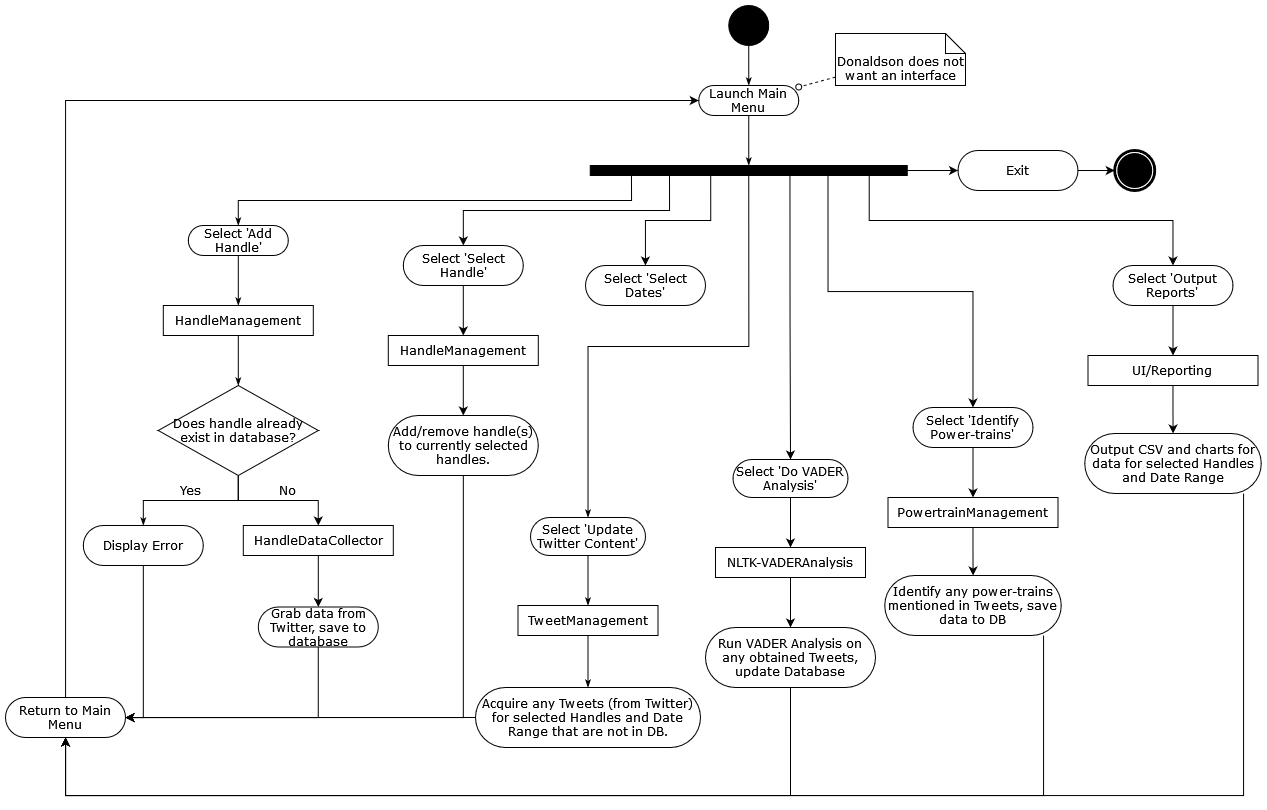
Earlier version of the draw.io export images/iteration3/dynamic.drawio.png (agarcia169/4306-Donaldson-Project). Source tidied: cells renumbered, new cells last; positions are measured from the earlier drawing's top-left corner, leaving out a move shared by most shapes.
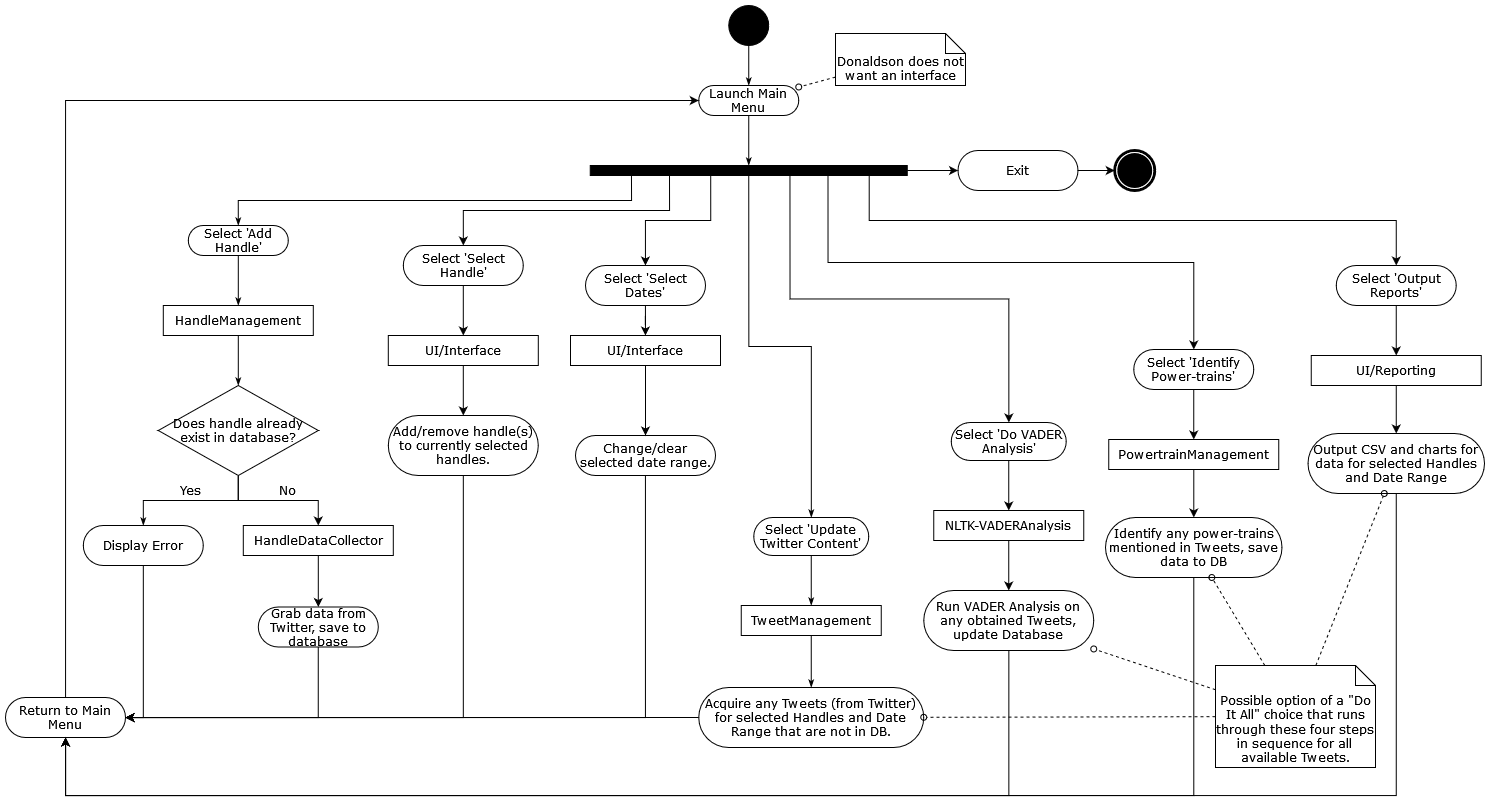
The same file after the commit.

Diff of the diagram source:
```diff
@@ -33,19 +33,19 @@
       <mxGeometry relative="1" as="geometry" />
     </mxCell>
     <mxCell id="12" value="Select 'Update Twitter Content'" style="rounded=1;whiteSpace=wrap;html=1;shadow=0;comic=0;labelBackgroundColor=none;strokeWidth=1;fontFamily=Verdana;fontSize=12;align=center;arcSize=50;" parent="1" vertex="1">
-      <mxGeometry x="525" y="512" width="115" height="38" as="geometry" />
+      <mxGeometry x="748.2" y="512" width="115" height="38" as="geometry" />
     </mxCell>
     <mxCell id="13" style="edgeStyle=orthogonalEdgeStyle;rounded=0;jettySize=auto;html=1;fontFamily=Verdana;fontSize=12;endArrow=classic;endFill=1;" parent="1" edge="1" source="14" target="44">
       <mxGeometry relative="1" as="geometry" />
     </mxCell>
     <mxCell id="14" value="Acquire any Tweets (from Twitter) for selected Handles and Date Range that are not in DB." style="rounded=1;whiteSpace=wrap;html=1;shadow=0;comic=0;labelBackgroundColor=none;strokeWidth=1;fontFamily=Verdana;fontSize=12;align=center;arcSize=50;" parent="1" vertex="1">
-      <mxGeometry x="470" y="682" width="225" height="60" as="geometry" />
+      <mxGeometry x="693.2" y="682" width="225" height="60" as="geometry" />
     </mxCell>
     <mxCell id="15" style="edgeStyle=orthogonalEdgeStyle;rounded=0;html=1;labelBackgroundColor=none;startArrow=none;startFill=0;startSize=5;endArrow=classicThin;endFill=1;endSize=5;jettySize=auto;strokeWidth=1;fontFamily=Verdana;fontSize=12;" parent="1" edge="1" source="16" target="14">
       <mxGeometry relative="1" as="geometry" />
     </mxCell>
     <mxCell id="16" value="TweetManagement" style="rounded=0;whiteSpace=wrap;html=1;shadow=0;comic=0;labelBackgroundColor=none;strokeWidth=1;fontFamily=Verdana;fontSize=12;align=center;arcSize=50;" parent="1" vertex="1">
-      <mxGeometry x="512.5" y="600" width="140" height="30" as="geometry" />
+      <mxGeometry x="735.8" y="600" width="140" height="30" as="geometry" />
     </mxCell>
     <mxCell id="17" style="shape=mxgraph.bpmn.shape;html=1;verticalLabelPosition=bottom;labelBackgroundColor=#ffffff;verticalAlign=top;perimeter=ellipsePerimeter;outline=end;symbol=terminate;rounded=0;shadow=0;comic=0;strokeWidth=1;fontFamily=Verdana;fontSize=12;align=center;" parent="1" vertex="1">
       <mxGeometry x="1109.2" y="145" width="40" height="40" as="geometry" />
@@ -124,7 +124,7 @@
     <mxCell id="39" style="edgeStyle=orthogonalEdgeStyle;rounded=0;jettySize=auto;html=1;fontFamily=Verdana;endArrow=classic;endFill=1;" parent="1" edge="1" source="40" target="42">
       <mxGeometry relative="1" as="geometry" />
     </mxCell>
-    <mxCell id="40" value="&lt;div&gt;HandleManagement&lt;/div&gt;" style="rounded=0;whiteSpace=wrap;html=1;shadow=0;comic=0;labelBackgroundColor=none;strokeWidth=1;fontFamily=Verdana;fontSize=12;align=center;arcSize=50;" parent="1" vertex="1">
+    <mxCell id="40" value="UI/Interface" style="rounded=0;whiteSpace=wrap;html=1;shadow=0;comic=0;labelBackgroundColor=none;strokeWidth=1;fontFamily=Verdana;fontSize=12;align=center;arcSize=50;" parent="1" vertex="1">
       <mxGeometry x="382.8" y="330" width="150" height="30" as="geometry" />
     </mxCell>
     <mxCell id="41" style="edgeStyle=orthogonalEdgeStyle;rounded=0;jettySize=auto;html=1;fontFamily=Verdana;endArrow=classic;endFill=1;" parent="1" edge="1" source="42" target="44">
@@ -147,6 +147,9 @@
     <mxCell id="44" value="Return to Main Menu" style="rounded=1;whiteSpace=wrap;html=1;shadow=0;comic=0;labelBackgroundColor=none;strokeWidth=1;fontFamily=Verdana;fontSize=12;align=center;arcSize=50;" parent="1" vertex="1">
       <mxGeometry y="692" width="120" height="40" as="geometry" />
     </mxCell>
+    <mxCell id="66" style="edgeStyle=orthogonalEdgeStyle;rounded=0;jettySize=auto;html=1;fontFamily=Verdana;fontSize=12;endArrow=classic;endFill=1;" parent="1" edge="1" source="45" target="70">
+      <mxGeometry relative="1" as="geometry" />
+    </mxCell>
     <mxCell id="45" value="Select 'Select Dates'" style="rounded=1;whiteSpace=wrap;html=1;shadow=0;comic=0;labelBackgroundColor=none;strokeWidth=1;fontFamily=Verdana;fontSize=12;align=center;arcSize=50;" parent="1" vertex="1">
       <mxGeometry x="580" y="260" width="120" height="40" as="geometry" />
     </mxCell>
@@ -158,65 +161,65 @@
       </mxGeometry>
     </mxCell>
     <mxCell id="47" value="Run VADER Analysis on any obtained Tweets, update Database" style="rounded=1;whiteSpace=wrap;html=1;shadow=0;comic=0;labelBackgroundColor=none;strokeWidth=1;fontFamily=Verdana;fontSize=12;align=center;arcSize=50;" parent="1" vertex="1">
-      <mxGeometry x="700" y="622" width="170" height="60" as="geometry" />
+      <mxGeometry x="918.2" y="585" width="170" height="60" as="geometry" />
     </mxCell>
     <mxCell id="48" style="edgeStyle=orthogonalEdgeStyle;rounded=0;jettySize=auto;html=1;fontFamily=Verdana;fontSize=12;endArrow=classic;endFill=1;" parent="1" edge="1" source="49" target="44">
       <mxGeometry relative="1" as="geometry">
         <Array as="points">
-          <mxPoint x="1038" y="790" />
+          <mxPoint x="1188" y="790" />
           <mxPoint x="60" y="790" />
         </Array>
       </mxGeometry>
     </mxCell>
     <mxCell id="49" value="Identify any power-trains mentioned in Tweets, save data to DB" style="rounded=1;whiteSpace=wrap;html=1;shadow=0;comic=0;labelBackgroundColor=none;strokeWidth=1;fontFamily=Verdana;fontSize=12;align=center;arcSize=50;" parent="1" vertex="1">
-      <mxGeometry x="879.2" y="570" width="176.5" height="60" as="geometry" />
+      <mxGeometry x="1100" y="512" width="176.5" height="60" as="geometry" />
     </mxCell>
     <mxCell id="50" style="edgeStyle=orthogonalEdgeStyle;rounded=0;jettySize=auto;html=1;fontFamily=Verdana;endArrow=classic;endFill=1;" parent="1" edge="1" source="51" target="47">
       <mxGeometry relative="1" as="geometry" />
     </mxCell>
     <mxCell id="51" value="&lt;div&gt;NLTK-VADERAnalysis&lt;/div&gt;" style="rounded=0;whiteSpace=wrap;html=1;shadow=0;comic=0;labelBackgroundColor=none;strokeWidth=1;fontFamily=Verdana;fontSize=12;align=center;arcSize=50;" parent="1" vertex="1">
-      <mxGeometry x="710" y="542" width="150" height="30" as="geometry" />
+      <mxGeometry x="928.2" y="505" width="150" height="30" as="geometry" />
     </mxCell>
     <mxCell id="52" style="edgeStyle=orthogonalEdgeStyle;rounded=0;jettySize=auto;html=1;fontFamily=Verdana;endArrow=classic;endFill=1;" parent="1" edge="1" source="53" target="49">
       <mxGeometry relative="1" as="geometry" />
     </mxCell>
     <mxCell id="53" value="PowertrainManagement" style="rounded=0;whiteSpace=wrap;html=1;shadow=0;comic=0;labelBackgroundColor=none;strokeWidth=1;fontFamily=Verdana;fontSize=12;align=center;arcSize=50;" parent="1" vertex="1">
-      <mxGeometry x="882.5" y="492" width="170" height="30" as="geometry" />
+      <mxGeometry x="1103.2" y="434" width="170" height="30" as="geometry" />
     </mxCell>
     <mxCell id="54" style="edgeStyle=orthogonalEdgeStyle;rounded=0;jettySize=auto;html=1;fontFamily=Verdana;endArrow=classic;endFill=1;" parent="1" edge="1" source="55" target="51">
       <mxGeometry relative="1" as="geometry" />
     </mxCell>
     <mxCell id="55" value="Select 'Do VADER Analysis'" style="rounded=1;whiteSpace=wrap;html=1;shadow=0;comic=0;labelBackgroundColor=none;strokeWidth=1;fontFamily=Verdana;fontSize=12;align=center;arcSize=50;" parent="1" vertex="1">
-      <mxGeometry x="727.5" y="454" width="115" height="38" as="geometry" />
+      <mxGeometry x="945.8" y="417" width="115" height="38" as="geometry" />
     </mxCell>
     <mxCell id="56" style="edgeStyle=orthogonalEdgeStyle;rounded=0;jettySize=auto;html=1;fontFamily=Verdana;endArrow=classic;endFill=1;" parent="1" edge="1" source="57" target="53">
       <mxGeometry relative="1" as="geometry" />
     </mxCell>
     <mxCell id="57" value="Select 'Identify Power-trains'" style="rounded=1;whiteSpace=wrap;html=1;shadow=0;comic=0;labelBackgroundColor=none;strokeWidth=1;fontFamily=Verdana;fontSize=12;align=center;arcSize=50;fillColor=default;" parent="1" vertex="1">
-      <mxGeometry x="907.5" y="402" width="120" height="40" as="geometry" />
+      <mxGeometry x="1128.2" y="344" width="120" height="40" as="geometry" />
     </mxCell>
     <mxCell id="58" style="edgeStyle=orthogonalEdgeStyle;rounded=0;jettySize=auto;html=1;fontFamily=Verdana;fontSize=12;endArrow=classic;endFill=1;" parent="1" edge="1" source="59" target="44">
       <mxGeometry relative="1" as="geometry">
         <Array as="points">
-          <mxPoint x="1238" y="790" />
+          <mxPoint x="1391" y="790" />
           <mxPoint x="60" y="790" />
         </Array>
       </mxGeometry>
     </mxCell>
     <mxCell id="59" value="Output CSV and charts for data for selected Handles and Date Range" style="rounded=1;whiteSpace=wrap;html=1;shadow=0;comic=0;labelBackgroundColor=none;strokeWidth=1;fontFamily=Verdana;fontSize=12;align=center;arcSize=50;" parent="1" vertex="1">
-      <mxGeometry x="1079.2" y="428" width="176.5" height="60" as="geometry" />
+      <mxGeometry x="1302.5" y="428" width="176.5" height="60" as="geometry" />
     </mxCell>
     <mxCell id="60" style="edgeStyle=orthogonalEdgeStyle;rounded=0;jettySize=auto;html=1;fontFamily=Verdana;endArrow=classic;endFill=1;" parent="1" edge="1" source="61" target="59">
       <mxGeometry relative="1" as="geometry" />
     </mxCell>
     <mxCell id="61" value="UI/Reporting" style="rounded=0;whiteSpace=wrap;html=1;shadow=0;comic=0;labelBackgroundColor=none;strokeWidth=1;fontFamily=Verdana;fontSize=12;align=center;arcSize=50;" parent="1" vertex="1">
-      <mxGeometry x="1082.5" y="350" width="170" height="30" as="geometry" />
+      <mxGeometry x="1305.8" y="350" width="170" height="30" as="geometry" />
     </mxCell>
     <mxCell id="62" style="edgeStyle=orthogonalEdgeStyle;rounded=0;jettySize=auto;html=1;fontFamily=Verdana;endArrow=classic;endFill=1;" parent="1" edge="1" source="63" target="61">
       <mxGeometry relative="1" as="geometry" />
     </mxCell>
     <mxCell id="63" value="Select 'Output Reports'" style="rounded=1;whiteSpace=wrap;html=1;shadow=0;comic=0;labelBackgroundColor=none;strokeWidth=1;fontFamily=Verdana;fontSize=12;align=center;arcSize=50;fillColor=default;" parent="1" vertex="1">
-      <mxGeometry x="1107.5" y="260" width="120" height="40" as="geometry" />
+      <mxGeometry x="1330.8" y="260" width="120" height="40" as="geometry" />
     </mxCell>
     <mxCell id="64" style="edgeStyle=orthogonalEdgeStyle;rounded=0;jettySize=auto;html=1;fontFamily=Verdana;fontSize=12;endArrow=classic;endFill=1;entryX=0;entryY=0.5;entryDx=0;entryDy=0;" parent="1" edge="1" source="65" target="17">
       <mxGeometry relative="1" as="geometry" />
@@ -224,5 +227,36 @@
     <mxCell id="65" value="Exit" style="rounded=1;whiteSpace=wrap;html=1;shadow=0;comic=0;labelBackgroundColor=none;strokeWidth=1;fontFamily=Verdana;fontSize=12;align=center;arcSize=50;" parent="1" vertex="1">
       <mxGeometry x="952.5" y="145" width="120" height="40" as="geometry" />
     </mxCell>
+    <mxCell id="67" style="edgeStyle=orthogonalEdgeStyle;rounded=0;jettySize=auto;html=1;fontFamily=Verdana;fontSize=12;endArrow=classic;endFill=1;" parent="1" edge="1" source="68" target="44">
+      <mxGeometry relative="1" as="geometry">
+        <Array as="points">
+          <mxPoint x="640" y="712" />
+        </Array>
+      </mxGeometry>
+    </mxCell>
+    <mxCell id="68" value="Change/clear selected date range." style="rounded=1;whiteSpace=wrap;html=1;shadow=0;comic=0;labelBackgroundColor=none;strokeWidth=1;fontFamily=Verdana;fontSize=12;align=center;arcSize=50;" parent="1" vertex="1">
+      <mxGeometry x="570" y="430" width="140" height="40" as="geometry" />
+    </mxCell>
+    <mxCell id="69" style="edgeStyle=orthogonalEdgeStyle;rounded=0;jettySize=auto;html=1;fontFamily=Verdana;fontSize=12;endArrow=classic;endFill=1;" parent="1" edge="1" source="70" target="68">
+      <mxGeometry relative="1" as="geometry" />
+    </mxCell>
+    <mxCell id="70" value="UI/Interface" style="rounded=0;whiteSpace=wrap;html=1;shadow=0;comic=0;labelBackgroundColor=none;strokeWidth=1;fontFamily=Verdana;fontSize=12;align=center;arcSize=50;" parent="1" vertex="1">
+      <mxGeometry x="565" y="330" width="150" height="30" as="geometry" />
+    </mxCell>
+    <mxCell id="71" style="rounded=0;jettySize=auto;html=1;fontFamily=Verdana;fontSize=12;endArrow=oval;endFill=0;dashed=1;" parent="1" edge="1" source="75" target="59">
+      <mxGeometry relative="1" as="geometry" />
+    </mxCell>
+    <mxCell id="72" style="edgeStyle=none;rounded=0;jettySize=auto;html=1;dashed=1;fontFamily=Verdana;fontSize=12;endArrow=oval;endFill=0;" parent="1" edge="1" source="75" target="49">
+      <mxGeometry relative="1" as="geometry" />
+    </mxCell>
+    <mxCell id="73" style="edgeStyle=none;rounded=0;jettySize=auto;html=1;dashed=1;fontFamily=Verdana;fontSize=12;endArrow=oval;endFill=0;" parent="1" edge="1" source="75" target="47">
+      <mxGeometry relative="1" as="geometry" />
+    </mxCell>
+    <mxCell id="74" style="edgeStyle=none;rounded=0;jettySize=auto;html=1;dashed=1;fontFamily=Verdana;fontSize=12;endArrow=oval;endFill=0;" parent="1" edge="1" source="75" target="14">
+      <mxGeometry relative="1" as="geometry" />
+    </mxCell>
+    <mxCell id="75" value="&lt;div&gt;Possible option of a &quot;Do It All&quot; choice that runs through these four steps in sequence for all &lt;br&gt;&lt;/div&gt;available Tweets." style="shape=note;whiteSpace=wrap;html=1;rounded=0;shadow=0;comic=0;labelBackgroundColor=none;strokeWidth=1;fontFamily=Verdana;fontSize=12;align=center;size=20;labelPosition=center;verticalLabelPosition=middle;verticalAlign=bottom;" parent="1" vertex="1">
+      <mxGeometry x="1210" y="660" width="160" height="102" as="geometry" />
+    </mxCell>
   </root>
 </mxGraphModel>
```
